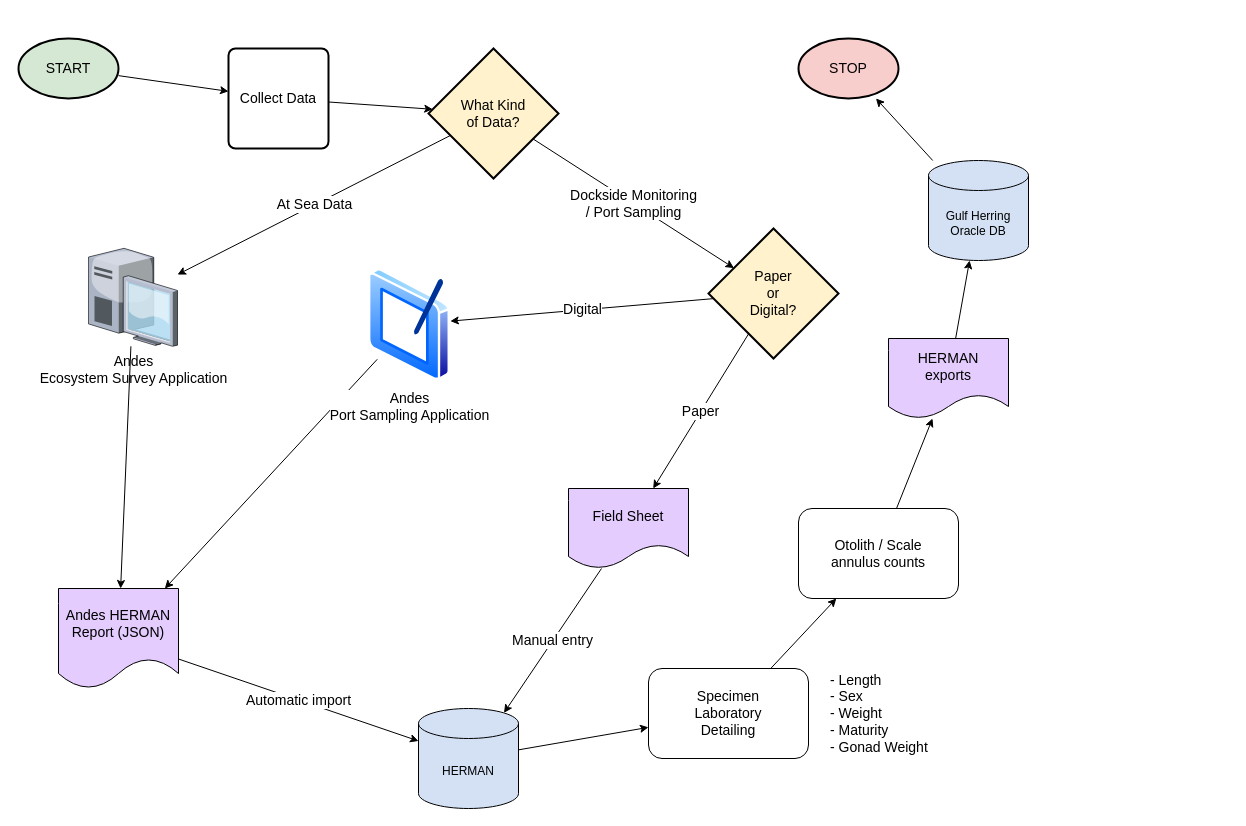
davjfish/diagrams keeps this draw.io diagram as HERMAN.drawio. Above is the earlier version. Source tidied: cells renumbered, new cells numbered last; positions are measured from the earlier drawing's top-left corner, leaving out a move shared by most shapes. Both pictures are drawn from the tidied source at 100%, with x=0, y=0 at pixel (18, 38).
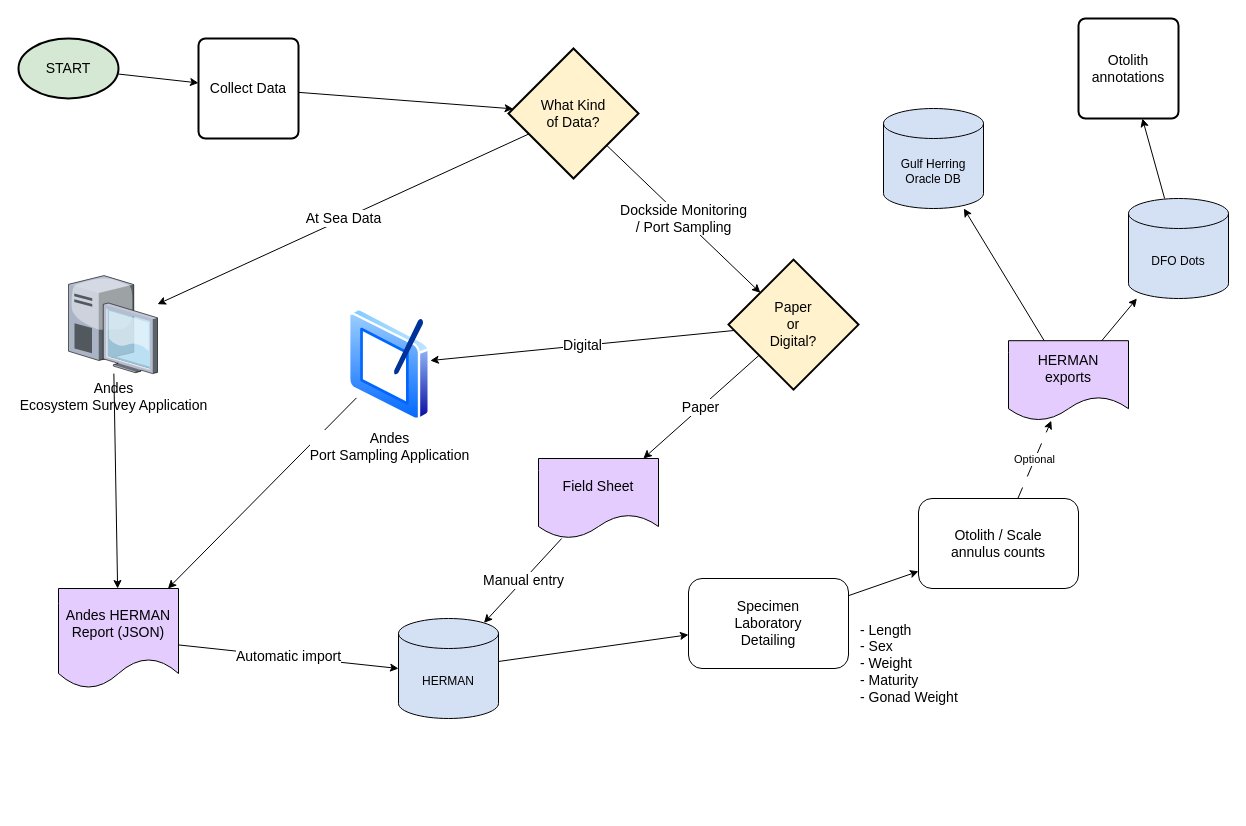
Above is the later version.

The change refers to these unchanged cells:
```xml
<mxCell id="14" value="Andes HERMAN Report (JSON)" style="shape=document;whiteSpace=wrap;html=1;boundedLbl=1;fontSize=14;fillColor=#E5CCFF;" parent="1" vertex="1">
  <mxGeometry x="40" y="550" width="120" height="100" as="geometry" />
</mxCell>
```

What changed in the source:
```diff
@@
     <mxCell id="7" value="What Kind &lt;br style=&quot;font-size: 14px;&quot;&gt;of Data?" style="rhombus;whiteSpace=wrap;html=1;strokeWidth=2;fontSize=14;fillColor=#FFF2CC;" parent="1" vertex="1">
-      <mxGeometry x="410" y="10" width="130" height="130" as="geometry" />
+      <mxGeometry x="490" y="10" width="130" height="130" as="geometry" />
     </mxCell>
     <mxCell id="8" value="Collect Data" style="rounded=1;whiteSpace=wrap;html=1;absoluteArcSize=1;arcSize=14;strokeWidth=2;fontSize=14;" parent="1" vertex="1">
-      <mxGeometry x="210" y="10" width="100" height="100" as="geometry" />
+      <mxGeometry x="180" width="100" height="100" as="geometry" />
     </mxCell>
@@
     <mxCell id="10" value="Andes&lt;br style=&quot;font-size: 14px;&quot;&gt;Port Sampling Application" style="image;perimeter=ellipsePerimeter;html=1;align=center;shadow=0;dashed=0;spacingTop=3;image=img/lib/active_directory/tablet_pc.svg;fontSize=14;" parent="1" vertex="1">
-      <mxGeometry x="350" y="230" width="81.9" height="112.2" as="geometry" />
+      <mxGeometry x="330" y="270" width="81.9" height="112.2" as="geometry" />
     </mxCell>
@@
     <mxCell id="12" value="Andes&lt;br style=&quot;font-size: 14px;&quot;&gt;Ecosystem Survey Application" style="verticalLabelPosition=bottom;sketch=0;html=1;verticalAlign=top;strokeColor=none;align=center;outlineConnect=0;shape=mxgraph.citrix.desktop;fontSize=14;" parent="1" vertex="1">
-      <mxGeometry x="70" y="209.8" width="89" height="98" as="geometry" />
+      <mxGeometry x="50" y="237.1" width="89" height="98" as="geometry" />
     </mxCell>
-    <mxCell id="13" value="Automatic import" style="rounded=0;jettySize=auto;html=1;fontSize=14;entryX=0;entryY=0;entryDx=0;entryDy=32.5;entryPerimeter=0;" parent="1" edge="1" source="14" target="27">
+    <mxCell id="13" value="Automatic import" style="rounded=0;jettySize=auto;html=1;fontSize=14;entryX=0;entryY=0.5;entryDx=0;entryDy=0;entryPerimeter=0;" parent="1" edge="1" source="14" target="27">
       <mxGeometry relative="1" as="geometry" />
     </mxCell>
@@
     <mxCell id="18" value="Paper &lt;br style=&quot;font-size: 14px;&quot;&gt;or &lt;br style=&quot;font-size: 14px;&quot;&gt;Digital?" style="rhombus;whiteSpace=wrap;html=1;strokeWidth=2;fontSize=14;fillColor=#FFF2CC;" parent="1" vertex="1">
-      <mxGeometry x="690" y="190" width="130" height="130" as="geometry" />
+      <mxGeometry x="710" y="221.1" width="130" height="130" as="geometry" />
     </mxCell>
@@
     <mxCell id="20" value="Field Sheet" style="shape=document;whiteSpace=wrap;html=1;boundedLbl=1;fontSize=14;fillColor=#E5CCFF;" parent="1" vertex="1">
-      <mxGeometry x="550" y="450" width="120" height="80" as="geometry" />
+      <mxGeometry x="520" y="420" width="120" height="80" as="geometry" />
     </mxCell>
@@
     <mxCell id="22" value="Specimen &lt;br&gt;Laboratory&lt;br&gt;Detailing" style="rounded=1;whiteSpace=wrap;html=1;fontSize=14;" parent="1" vertex="1">
-      <mxGeometry x="630" y="630" width="160" height="90" as="geometry" />
+      <mxGeometry x="670" y="540" width="160" height="90" as="geometry" />
     </mxCell>
-    <mxCell id="23" style="rounded=0;jettySize=auto;html=1;" parent="1" edge="1" source="24" target="26">
+    <mxCell id="23" value="Optional" style="rounded=0;jettySize=auto;html=1;dashed=1;dashPattern=12 12;" parent="1" edge="1" source="24" target="26">
       <mxGeometry relative="1" as="geometry" />
     </mxCell>
     <mxCell id="24" value="Otolith / Scale &lt;br&gt;annulus counts" style="rounded=1;whiteSpace=wrap;html=1;fontSize=14;" parent="1" vertex="1">
-      <mxGeometry x="780" y="470" width="160" height="90" as="geometry" />
+      <mxGeometry x="900" y="460" width="160" height="90" as="geometry" />
     </mxCell>
@@
+    <mxCell id="32" style="rounded=0;jettySize=auto;html=1;" parent="1" edge="1" source="26" target="34">
+      <mxGeometry relative="1" as="geometry" />
+    </mxCell>
     <mxCell id="26" value="HERMAN &lt;br&gt;exports" style="shape=document;whiteSpace=wrap;html=1;boundedLbl=1;fontSize=14;fillColor=#E5CCFF;" parent="1" vertex="1">
-      <mxGeometry x="870" y="300" width="120" height="80" as="geometry" />
+      <mxGeometry x="990" y="302.2" width="120" height="80" as="geometry" />
     </mxCell>
     <mxCell id="27" value="HERMAN" style="shape=cylinder3;whiteSpace=wrap;html=1;boundedLbl=1;backgroundOutline=1;size=15;fillColor=#D4E1F5;" parent="1" vertex="1">
-      <mxGeometry x="400" y="670" width="100" height="100" as="geometry" />
+      <mxGeometry x="380" y="580" width="100" height="100" as="geometry" />
     </mxCell>
-    <mxCell id="28" style="rounded=0;jettySize=auto;html=1;" parent="1" edge="1" source="29" target="31">
-      <mxGeometry relative="1" as="geometry" />
-    </mxCell>
     <mxCell id="29" value="Gulf Herring Oracle DB" style="shape=cylinder3;whiteSpace=wrap;html=1;boundedLbl=1;backgroundOutline=1;size=15;fillColor=#D4E1F5;" parent="1" vertex="1">
-      <mxGeometry x="910" y="122" width="100" height="100" as="geometry" />
+      <mxGeometry x="865" y="70" width="100" height="100" as="geometry" />
     </mxCell>
     <mxCell id="30" value="- Length&lt;br&gt;- Sex&lt;br&gt;- Weight&lt;br&gt;- Maturity&lt;br&gt;- Gonad Weight" style="text;html=1;strokeColor=none;fillColor=none;align=left;verticalAlign=middle;whiteSpace=wrap;rounded=0;fontSize=14;" parent="1" vertex="1">
-      <mxGeometry x="810" y="630" width="150" height="90" as="geometry" />
+      <mxGeometry x="840" y="580" width="150" height="90" as="geometry" />
     </mxCell>
-    <mxCell id="31" value="STOP" style="strokeWidth=2;html=1;shape=mxgraph.flowchart.start_1;whiteSpace=wrap;fontSize=14;fillColor=#F8CECC;" parent="1" vertex="1">
-      <mxGeometry x="780" width="100" height="60" as="geometry" />
-    </mxCell>
+    <mxCell id="33" style="rounded=0;jettySize=auto;html=1;" parent="1" edge="1" source="34" target="35">
+      <mxGeometry relative="1" as="geometry" />
+    </mxCell>
+    <mxCell id="34" value="DFO Dots" style="shape=cylinder3;whiteSpace=wrap;html=1;boundedLbl=1;backgroundOutline=1;size=15;fillColor=#D4E1F5;" parent="1" vertex="1">
+      <mxGeometry x="1110" y="160" width="100" height="100" as="geometry" />
+    </mxCell>
+    <mxCell id="35" value="Otolith annotations" style="rounded=1;whiteSpace=wrap;html=1;absoluteArcSize=1;arcSize=14;strokeWidth=2;fontSize=14;" parent="1" vertex="1">
+      <mxGeometry x="1060" y="-20" width="100" height="100" as="geometry" />
+    </mxCell>
```
